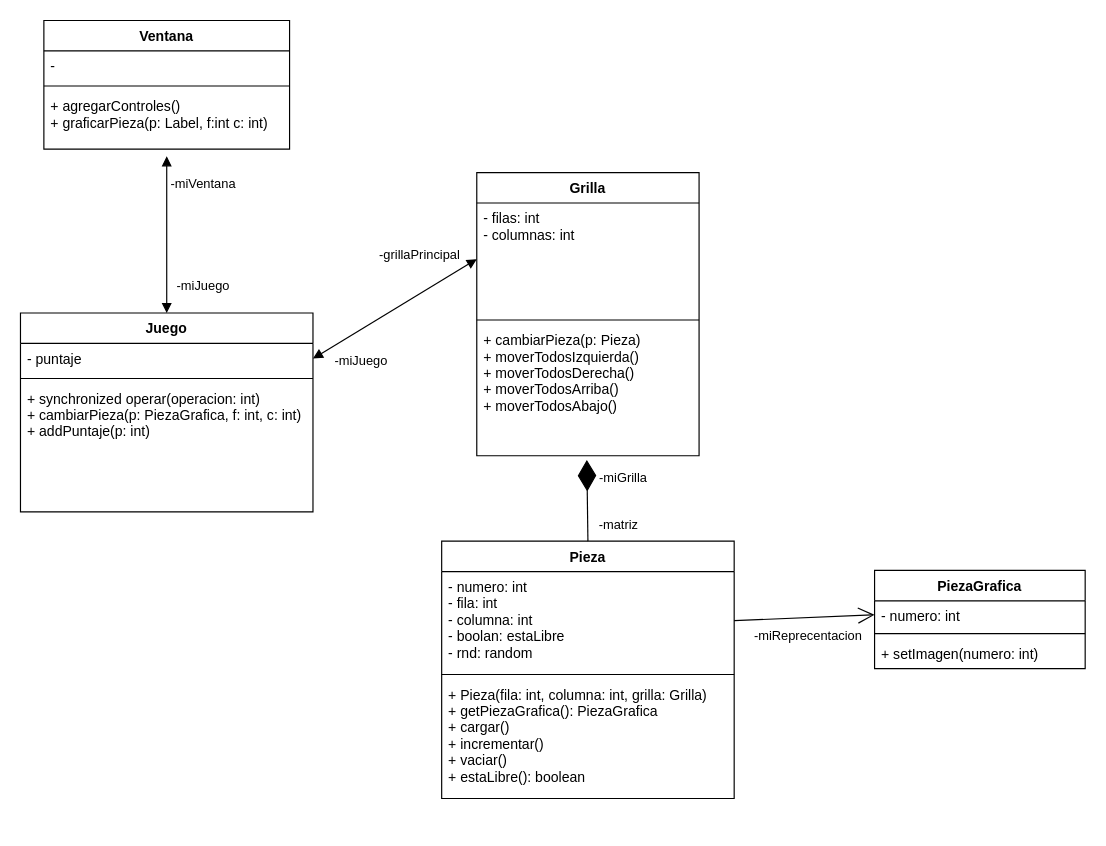
Above: diagrama de clases/4096.drawio in brianalcl/4096 (draw.io), before the change. Source tidied: cells renumbered, new cells numbered last; positions are measured from the earlier drawing's top-left corner, leaving out a move shared by most shapes. Both pictures are drawn from the tidied source at 117%, with x=0, y=0 at pixel (20, 20).
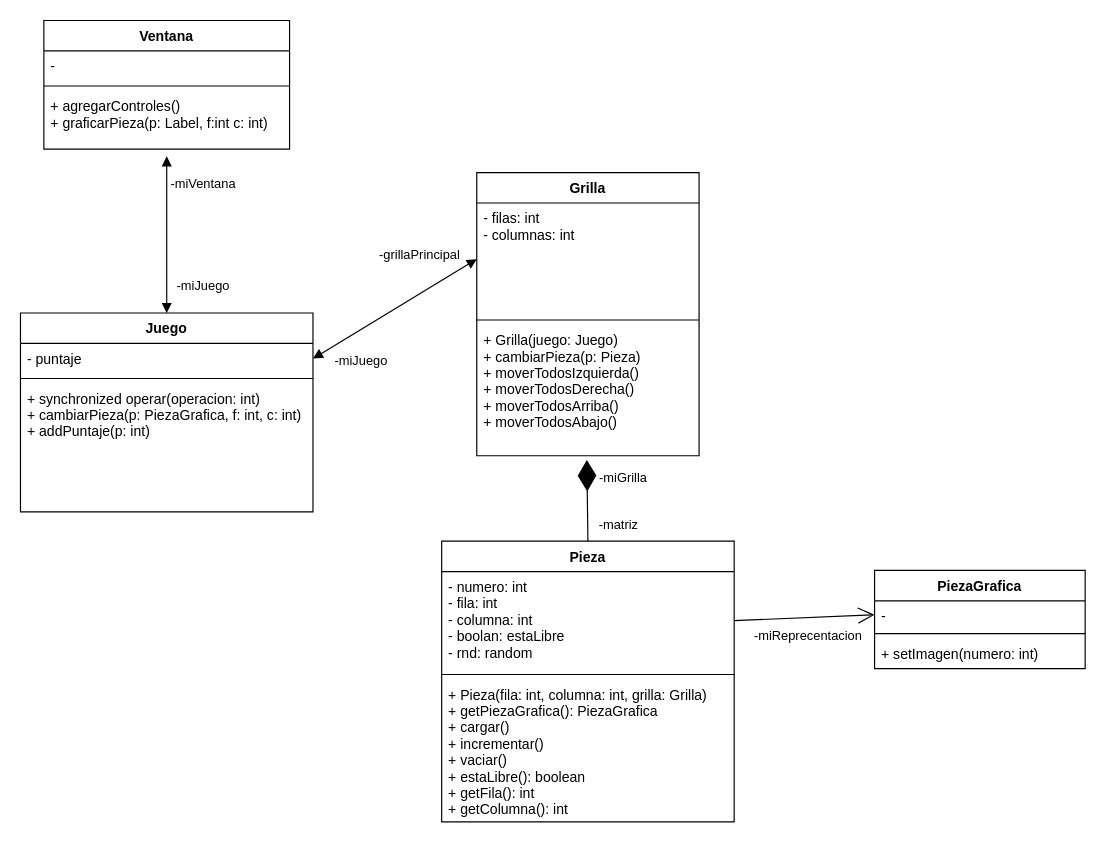
The same page after the edit.

Commit message:
mas cambios en el diagrama

Unchanged cells that the change refers to:
```xml
<mxCell id="10" value="Grilla" style="swimlane;fontStyle=1;align=center;verticalAlign=top;horizontal=1;startSize=26;" parent="1" vertex="1">
  <mxGeometry x="390" y="130" width="190" height="242" as="geometry" />
</mxCell>
<mxCell id="24" value="PiezaGrafica" style="swimlane;fontStyle=1;align=center;verticalAlign=top;horizontal=1;startSize=26;" parent="1" vertex="1">
  <mxGeometry x="730" y="470" width="180" height="84" as="geometry" />
</mxCell>
```

What changed in the source:
```diff
@@
-    <mxCell id="13" value="+ cambiarPieza(p: Pieza)&#10;+ moverTodosIzquierda()&#10;+ moverTodosDerecha()&#10;+ moverTodosArriba()&#10;+ moverTodosAbajo()" style="text;strokeColor=none;fillColor=none;align=left;verticalAlign=top;spacingLeft=4;spacingRight=4;overflow=hidden;points=[[0,0.5],[1,0.5]];portConstraint=eastwest;" parent="10" vertex="1">
+    <mxCell id="13" value="+ Grilla(juego: Juego)&#10;+ cambiarPieza(p: Pieza)&#10;+ moverTodosIzquierda()&#10;+ moverTodosDerecha()&#10;+ moverTodosArriba()&#10;+ moverTodosAbajo()" style="text;strokeColor=none;fillColor=none;align=left;verticalAlign=top;spacingLeft=4;spacingRight=4;overflow=hidden;points=[[0,0.5],[1,0.5]];portConstraint=eastwest;" parent="10" vertex="1">
       <mxGeometry y="130" width="190" height="112" as="geometry" />
     </mxCell>
@@
     <mxCell id="20" value="Pieza" style="swimlane;fontStyle=1;align=center;verticalAlign=top;horizontal=1;startSize=26;" parent="1" vertex="1">
-      <mxGeometry x="360" y="445" width="250" height="220" as="geometry" />
+      <mxGeometry x="360" y="445" width="250" height="240" as="geometry" />
     </mxCell>
@@
-    <mxCell id="23" value="+ Pieza(fila: int, columna: int, grilla: Grilla)&#10;+ getPiezaGrafica(): PiezaGrafica&#10;+ cargar()&#10;+ incrementar()&#10;+ vaciar()&#10;+ estaLibre(): boolean" style="text;strokeColor=none;fillColor=none;align=left;verticalAlign=top;spacingLeft=4;spacingRight=4;overflow=hidden;" parent="20" vertex="1">
-      <mxGeometry y="118" width="250" height="102" as="geometry" />
+    <mxCell id="23" value="+ Pieza(fila: int, columna: int, grilla: Grilla)&#10;+ getPiezaGrafica(): PiezaGrafica&#10;+ cargar()&#10;+ incrementar()&#10;+ vaciar()&#10;+ estaLibre(): boolean&#10;+ getFila(): int&#10;+ getColumna(): int" style="text;strokeColor=none;fillColor=none;align=left;verticalAlign=top;spacingLeft=4;spacingRight=4;overflow=hidden;" parent="20" vertex="1">
+      <mxGeometry y="118" width="250" height="122" as="geometry" />
     </mxCell>
@@
-    <mxCell id="25" value="- numero: int" style="text;strokeColor=none;fillColor=none;align=left;verticalAlign=top;spacingLeft=4;spacingRight=4;overflow=hidden;points=[[0,0.5],[1,0.5]];portConstraint=eastwest;" parent="24" vertex="1">
+    <mxCell id="25" value="-" style="text;strokeColor=none;fillColor=none;align=left;verticalAlign=top;spacingLeft=4;spacingRight=4;overflow=hidden;points=[[0,0.5],[1,0.5]];portConstraint=eastwest;" parent="24" vertex="1">
       <mxGeometry y="26" width="180" height="24" as="geometry" />
     </mxCell>
```
